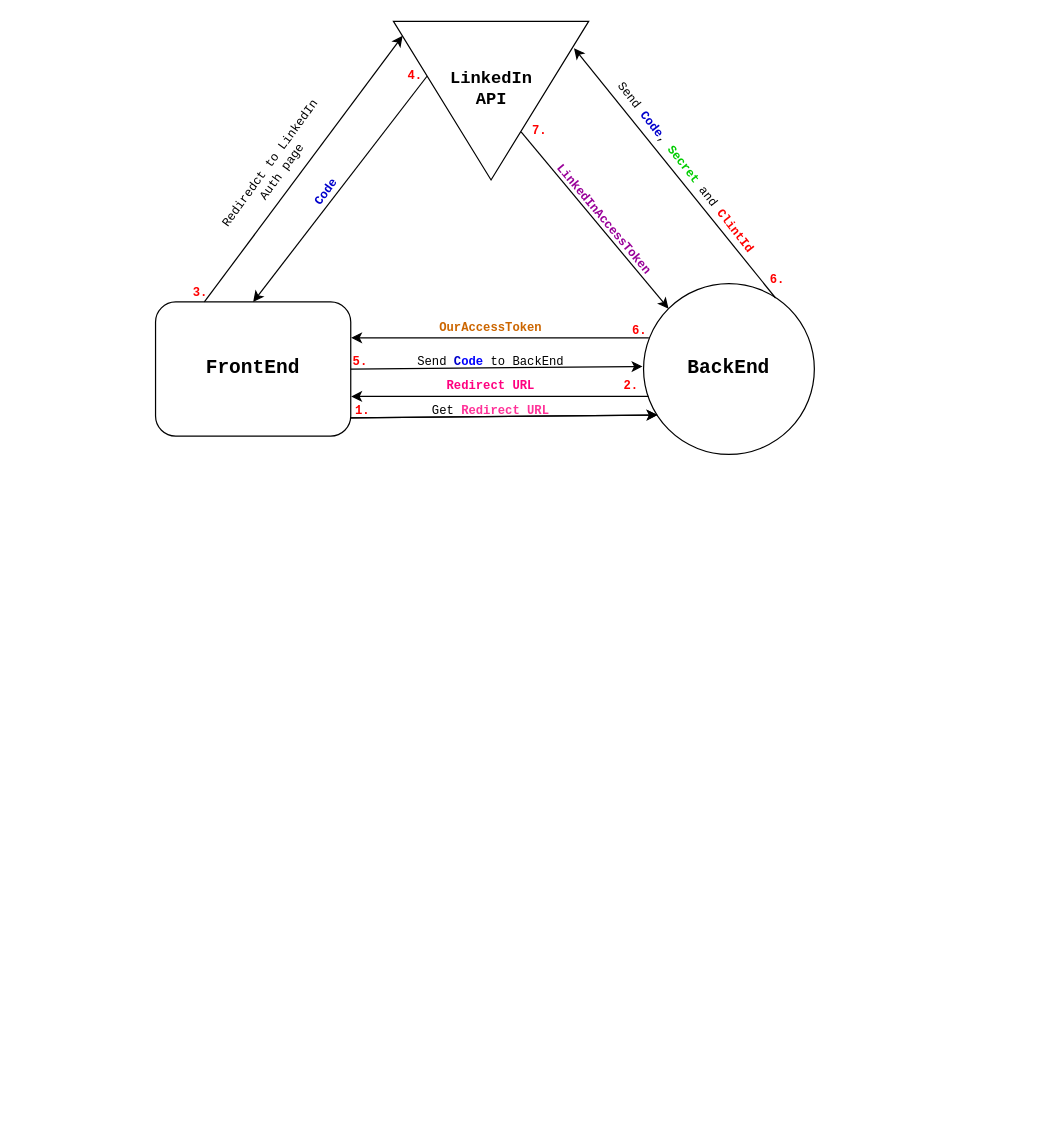
This is Untitled Diagram.drawio from AlexandrValerevich/linkedIn-api-sample, a draw.io file, before an edit. Source tidied: cells renumbered, new cells numbered last; positions are measured from the earlier drawing's top-left corner, leaving out a move shared by most shapes. Both pictures are drawn from the tidied source at 122%, with x=0, y=0 at pixel (155, 2).
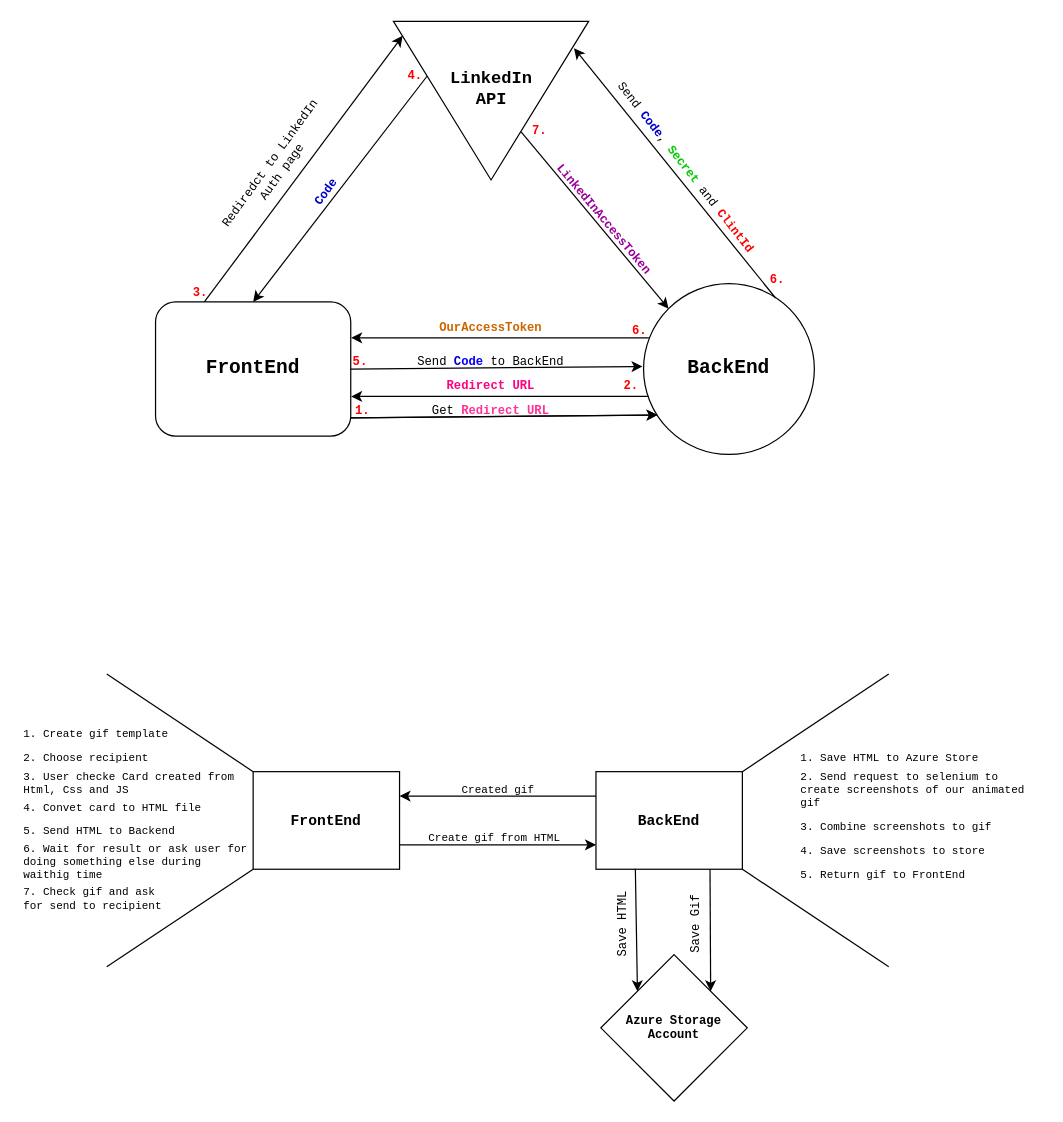
After the change.

What changed in the source:
```diff
@@
+    <mxCell id="31" value="&lt;b&gt;&lt;font face=&quot;Courier New&quot;&gt;FrontEnd&lt;/font&gt;&lt;/b&gt;" style="rounded=0;whiteSpace=wrap;html=1;" parent="1" vertex="1">
+      <mxGeometry x="80" y="630" width="120" height="80" as="geometry" />
+    </mxCell>
+    <mxCell id="32" value="&lt;font face=&quot;Courier New&quot;&gt;&lt;b&gt;BackEnd&lt;/b&gt;&lt;/font&gt;" style="rounded=0;whiteSpace=wrap;html=1;" parent="1" vertex="1">
+      <mxGeometry x="361" y="630" width="120" height="80" as="geometry" />
+    </mxCell>
+    <mxCell id="33" style="endArrow=classic;html=1;rounded=0;fontFamily=Courier New;exitX=1;exitY=0.75;exitDx=0;exitDy=0;entryX=0;entryY=0.75;entryDx=0;entryDy=0;" parent="1" edge="1" source="31" target="32">
+      <mxGeometry relative="1" as="geometry" />
+    </mxCell>
+    <mxCell id="34" style="endArrow=classic;html=1;rounded=0;fontFamily=Courier New;exitX=0;exitY=0.25;exitDx=0;exitDy=0;entryX=1;entryY=0.25;entryDx=0;entryDy=0;" parent="1" edge="1" source="32" target="31">
+      <mxGeometry relative="1" as="geometry" />
+    </mxCell>
+    <mxCell id="35" value="Create gif from HTML" style="text;html=1;strokeColor=none;fillColor=none;align=center;verticalAlign=middle;whiteSpace=wrap;rounded=0;fontFamily=Courier New;fontSize=9;" parent="1" vertex="1">
+      <mxGeometry x="203" y="680" width="150" height="10" as="geometry" />
+    </mxCell>
+    <mxCell id="36" value="Created gif" style="text;html=1;strokeColor=none;fillColor=none;align=center;verticalAlign=middle;whiteSpace=wrap;rounded=0;fontFamily=Courier New;fontSize=9;" parent="1" vertex="1">
+      <mxGeometry x="206" y="641" width="150" height="10" as="geometry" />
+    </mxCell>
+    <mxCell id="37" style="endArrow=none;html=1;rounded=0;fontFamily=Courier New;fontSize=9;exitX=0;exitY=0;exitDx=0;exitDy=0;" parent="1" edge="1" source="31">
+      <mxGeometry relative="1" as="geometry">
+        <mxPoint x="-40" y="550" as="targetPoint" />
+      </mxGeometry>
+    </mxCell>
+    <mxCell id="38" style="endArrow=none;html=1;rounded=0;fontFamily=Courier New;fontSize=9;exitX=0;exitY=1;exitDx=0;exitDy=0;" parent="1" edge="1" source="31">
+      <mxGeometry relative="1" as="geometry">
+        <mxPoint x="-40" y="790" as="targetPoint" />
+      </mxGeometry>
+    </mxCell>
+    <mxCell id="39" value="1. Create gif template" style="text;html=1;strokeColor=none;fillColor=none;align=left;verticalAlign=middle;whiteSpace=wrap;rounded=0;fontFamily=Courier New;fontSize=9;" parent="1" vertex="1">
+      <mxGeometry x="-110" y="590" width="140" height="20" as="geometry" />
+    </mxCell>
+    <mxCell id="40" value="2. Choose recipient" style="text;html=1;strokeColor=none;fillColor=none;align=left;verticalAlign=middle;whiteSpace=wrap;rounded=0;fontFamily=Courier New;fontSize=9;" parent="1" vertex="1">
+      <mxGeometry x="-110" y="610" width="140" height="20" as="geometry" />
+    </mxCell>
+    <mxCell id="41" value="3. User checke Card created from Html, Css and JS" style="text;html=1;strokeColor=none;fillColor=none;align=left;verticalAlign=middle;whiteSpace=wrap;rounded=0;fontFamily=Courier New;fontSize=9;" parent="1" vertex="1">
+      <mxGeometry x="-110" y="630" width="190" height="20" as="geometry" />
+    </mxCell>
+    <mxCell id="42" value="4. Convet card to HTML file" style="text;html=1;strokeColor=none;fillColor=none;align=left;verticalAlign=middle;whiteSpace=wrap;rounded=0;fontFamily=Courier New;fontSize=9;" parent="1" vertex="1">
+      <mxGeometry x="-110" y="651" width="190" height="20" as="geometry" />
+    </mxCell>
+    <mxCell id="43" value="5. Send HTML to Backend&amp;nbsp;" style="text;html=1;strokeColor=none;fillColor=none;align=left;verticalAlign=middle;whiteSpace=wrap;rounded=0;fontFamily=Courier New;fontSize=9;" parent="1" vertex="1">
+      <mxGeometry x="-110" y="670" width="190" height="20" as="geometry" />
+    </mxCell>
+    <mxCell id="44" value="6. Wait for result or ask user for doing something else during waithig time" style="text;html=1;strokeColor=none;fillColor=none;align=left;verticalAlign=middle;whiteSpace=wrap;rounded=0;fontFamily=Courier New;fontSize=9;" parent="1" vertex="1">
+      <mxGeometry x="-110" y="690" width="190" height="30" as="geometry" />
+    </mxCell>
+    <mxCell id="45" value="7. Check gif and ask for send to recipient" style="text;html=1;strokeColor=none;fillColor=none;align=left;verticalAlign=middle;whiteSpace=wrap;rounded=0;fontFamily=Courier New;fontSize=9;" parent="1" vertex="1">
+      <mxGeometry x="-110" y="720" width="120" height="30" as="geometry" />
+    </mxCell>
+    <mxCell id="46" style="endArrow=none;html=1;rounded=0;fontFamily=Courier New;fontSize=9;" parent="1" edge="1">
+      <mxGeometry relative="1" as="geometry">
+        <mxPoint x="601" y="550" as="sourcePoint" />
+        <mxPoint x="481" y="630" as="targetPoint" />
+      </mxGeometry>
+    </mxCell>
+    <mxCell id="47" style="endArrow=none;html=1;rounded=0;fontFamily=Courier New;fontSize=9;" parent="1" edge="1">
+      <mxGeometry relative="1" as="geometry">
+        <mxPoint x="601" y="790" as="sourcePoint" />
+        <mxPoint x="481" y="710" as="targetPoint" />
+      </mxGeometry>
+    </mxCell>
+    <mxCell id="48" value="1. Save HTML to Azure Store" style="text;html=1;strokeColor=none;fillColor=none;align=left;verticalAlign=middle;whiteSpace=wrap;rounded=0;fontFamily=Courier New;fontSize=9;" parent="1" vertex="1">
+      <mxGeometry x="527" y="610" width="170" height="20" as="geometry" />
+    </mxCell>
+    <mxCell id="49" value="2. Send request to selenium to create screenshots of our animated gif" style="text;html=1;strokeColor=none;fillColor=none;align=left;verticalAlign=middle;whiteSpace=wrap;rounded=0;fontFamily=Courier New;fontSize=9;" parent="1" vertex="1">
+      <mxGeometry x="527" y="626" width="200" height="40" as="geometry" />
+    </mxCell>
+    <mxCell id="50" value="3. Combine screenshots to gif" style="text;html=1;strokeColor=none;fillColor=none;align=left;verticalAlign=middle;whiteSpace=wrap;rounded=0;fontFamily=Courier New;fontSize=9;" parent="1" vertex="1">
+      <mxGeometry x="527" y="666" width="190" height="20" as="geometry" />
+    </mxCell>
+    <mxCell id="51" value="4. Save screenshots to store" style="text;html=1;strokeColor=none;fillColor=none;align=left;verticalAlign=middle;whiteSpace=wrap;rounded=0;fontFamily=Courier New;fontSize=9;" parent="1" vertex="1">
+      <mxGeometry x="527" y="686" width="190" height="20" as="geometry" />
+    </mxCell>
+    <mxCell id="52" value="5. Return gif to FrontEnd" style="text;html=1;strokeColor=none;fillColor=none;align=left;verticalAlign=middle;whiteSpace=wrap;rounded=0;fontFamily=Courier New;fontSize=9;" parent="1" vertex="1">
+      <mxGeometry x="527" y="706" width="190" height="20" as="geometry" />
+    </mxCell>
+    <mxCell id="53" value="&lt;b&gt;&lt;font style=&quot;font-size: 10px;&quot;&gt;Azure Storage Account&lt;/font&gt;&lt;/b&gt;" style="rhombus;whiteSpace=wrap;html=1;fontFamily=Courier New;fontSize=9;" parent="1" vertex="1">
+      <mxGeometry x="365" y="780" width="120" height="120" as="geometry" />
+    </mxCell>
+    <mxCell id="54" style="endArrow=classic;html=1;rounded=0;fontFamily=Courier New;fontSize=10;exitX=0.269;exitY=0.994;exitDx=0;exitDy=0;entryX=0;entryY=0;entryDx=0;entryDy=0;exitPerimeter=0;" parent="1" edge="1" source="32" target="53">
+      <mxGeometry relative="1" as="geometry" />
+    </mxCell>
+    <mxCell id="55" style="endArrow=classic;html=1;rounded=0;fontFamily=Courier New;fontSize=10;exitX=0.779;exitY=1.001;exitDx=0;exitDy=0;entryX=1;entryY=0;entryDx=0;entryDy=0;exitPerimeter=0;" parent="1" edge="1" source="32" target="53">
+      <mxGeometry relative="1" as="geometry" />
+    </mxCell>
+    <mxCell id="56" value="Save HTML" style="text;html=1;strokeColor=none;fillColor=none;align=center;verticalAlign=middle;whiteSpace=wrap;rounded=0;fontFamily=Courier New;fontSize=10;rotation=-90;" parent="1" vertex="1">
+      <mxGeometry x="353" y="740" width="60" height="30" as="geometry" />
+    </mxCell>
+    <mxCell id="57" value="Save Gif" style="text;html=1;strokeColor=none;fillColor=none;align=center;verticalAlign=middle;whiteSpace=wrap;rounded=0;fontFamily=Courier New;fontSize=10;rotation=-90;" parent="1" vertex="1">
+      <mxGeometry x="413" y="740" width="60" height="30" as="geometry" />
+    </mxCell>
```
